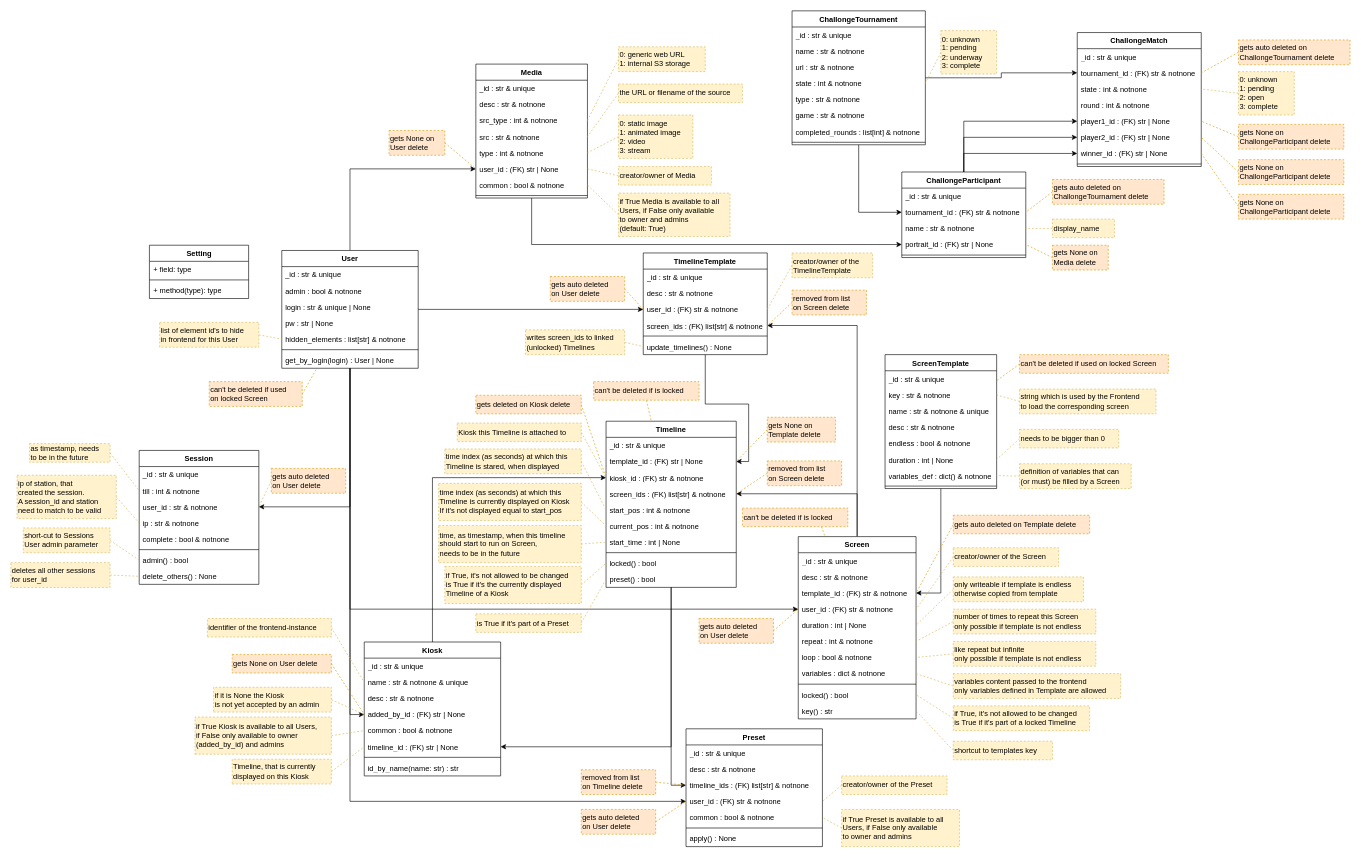
nlptournament/nlpt-kiosk keeps this draw.io diagram as docs/elements.drawio. Above is the earlier version. Source tidied: cells renumbered, new cells numbered last; positions are measured from the earlier drawing's top-left corner, leaving out a move shared by most shapes. Both pictures are drawn from the tidied source at 62%, with x=0, y=0 at pixel (11, 11).
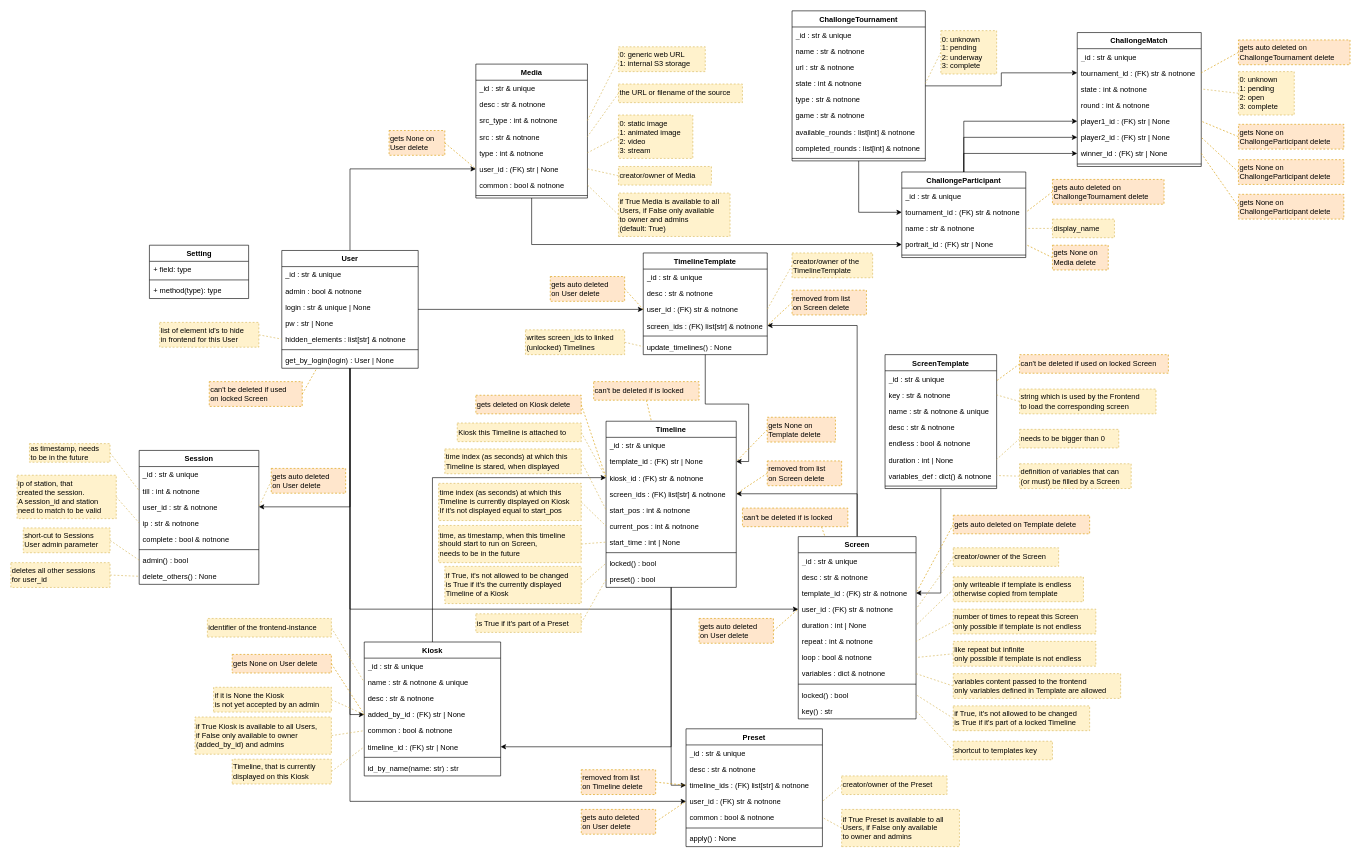
Above is the later version.

What changed in the source:
```diff
@@
     <mxCell id="212" value="ChallongeTournament" style="swimlane;fontStyle=1;align=center;verticalAlign=top;horizontal=1;startSize=26;whiteSpace=wrap;html=1;" parent="1" vertex="1">
-      <mxGeometry x="1260" width="215" height="216" as="geometry" />
+      <mxGeometry x="1260" width="215" height="242" as="geometry" />
     </mxCell>
@@
+    <mxCell id="249" value="&lt;span style=&quot;background-color: initial;&quot;&gt;available_rounds : list[int] &amp;amp; notnone&lt;/span&gt;" style="text;strokeColor=none;fillColor=none;align=left;verticalAlign=top;spacingLeft=4;spacingRight=4;overflow=hidden;whiteSpace=wrap;html=1;" parent="212" vertex="1">
+      <mxGeometry y="182" width="215" height="26" as="geometry" />
+    </mxCell>
     <mxCell id="219" value="&lt;span style=&quot;background-color: initial;&quot;&gt;completed_rounds : list[int] &amp;amp; notnone&lt;/span&gt;" style="text;strokeColor=none;fillColor=none;align=left;verticalAlign=top;spacingLeft=4;spacingRight=4;overflow=hidden;whiteSpace=wrap;html=1;" parent="212" vertex="1">
-      <mxGeometry y="182" width="215" height="26" as="geometry" />
+      <mxGeometry y="208" width="215" height="26" as="geometry" />
     </mxCell>
     <mxCell id="220" style="line;strokeWidth=1;fillColor=none;align=left;verticalAlign=middle;spacingTop=-1;spacingLeft=3;spacingRight=3;labelPosition=right;strokeColor=inherit;" parent="212" vertex="1">
-      <mxGeometry y="208" width="215" height="8" as="geometry" />
+      <mxGeometry y="234" width="215" height="8" as="geometry" />
     </mxCell>
```
